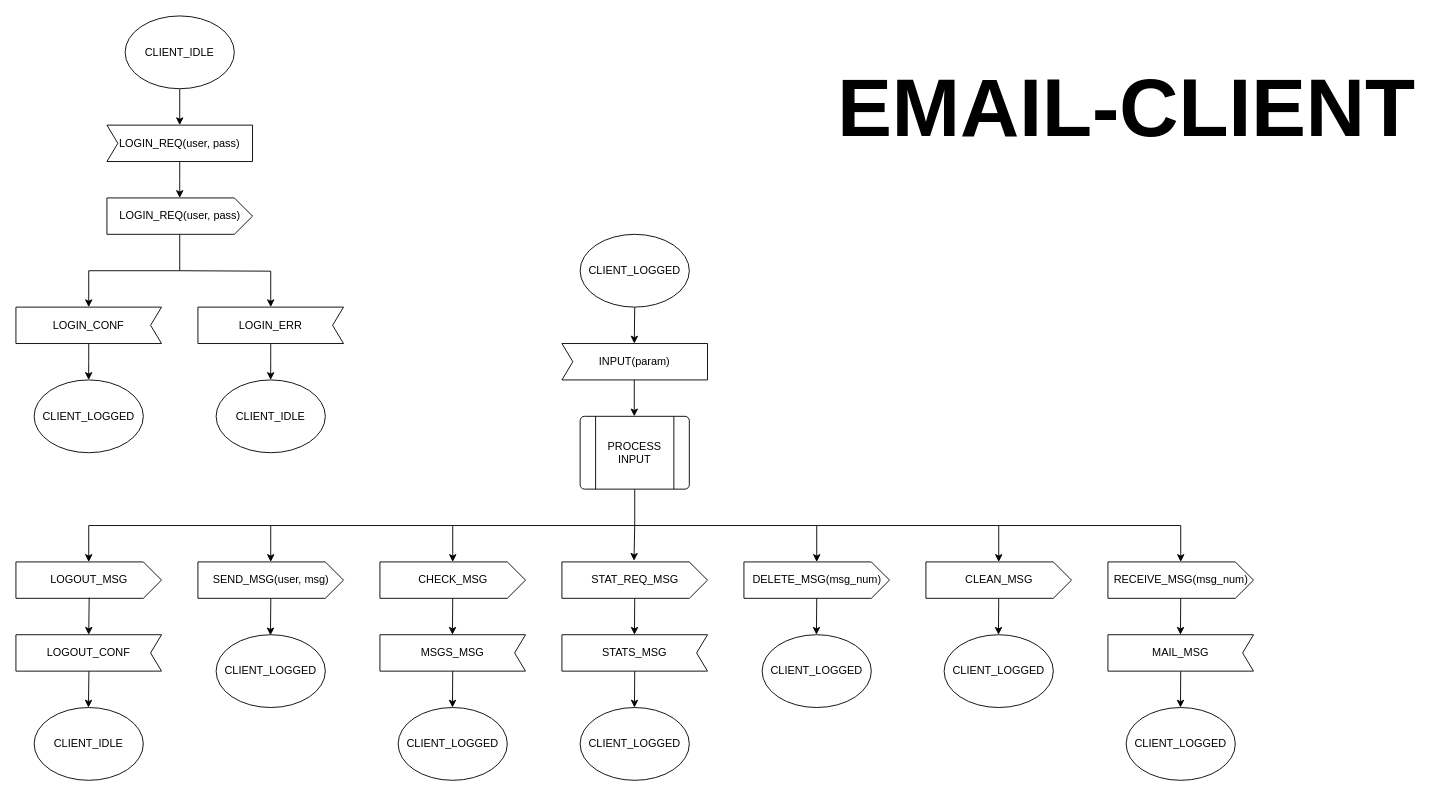
This is SDL_Client.drawio from Xenomorphy/mrkirm-projekat, a draw.io file, before an edit. Source tidied: cells renumbered, new cells numbered last; positions are measured from the earlier drawing's top-left corner, leaving out a move shared by most shapes. Both pictures are drawn from the tidied source at 91%, with x=0, y=0 at pixel (15, 15).
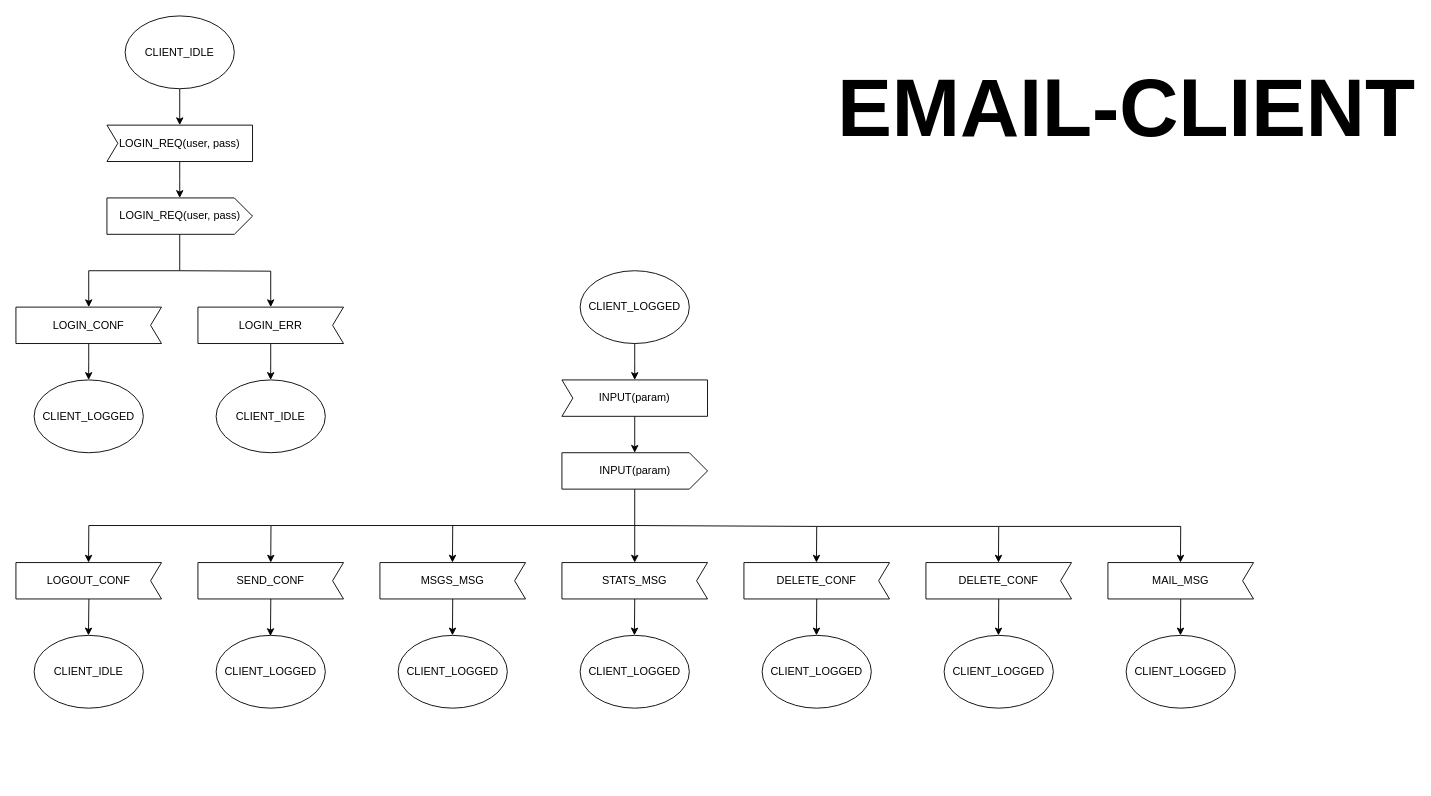
Above is the later version.

The edit, as a diff of the source:
```diff
@@
+    <mxCell id="57" style="edgeStyle=orthogonalEdgeStyle;rounded=0;jettySize=auto;html=1;" parent="1" edge="1" source="2">
+      <mxGeometry relative="1" as="geometry">
+        <mxPoint x="680" y="400" as="targetPoint" />
+      </mxGeometry>
+    </mxCell>
     <mxCell id="2" value="CLIENT_LOGGED" style="ellipse;whiteSpace=wrap;html=1;" parent="1" vertex="1">
-      <mxGeometry x="620" y="240" width="120" height="80" as="geometry" />
+      <mxGeometry x="620" y="280" width="120" height="80" as="geometry" />
     </mxCell>
-    <mxCell id="3" value="INPUT(param)" style="shape=mxgraph.sysml.accEvent;flipH=1;whiteSpace=wrap;align=center;direction=west;" parent="1" vertex="1">
-      <mxGeometry x="600" y="360" width="160" height="40" as="geometry" />
-    </mxCell>
-    <mxCell id="4" style="endArrow=classic;html=1;rounded=0;" parent="1" edge="1">
-      <mxGeometry relative="1" as="geometry">
-        <mxPoint x="680" y="320" as="sourcePoint" />
-        <mxPoint x="679.5" y="360" as="targetPoint" />
-      </mxGeometry>
-    </mxCell>
-    <mxCell id="5" style="endArrow=classic;html=1;rounded=0;" parent="1" edge="1">
-      <mxGeometry relative="1" as="geometry">
-        <mxPoint x="679.5" y="400" as="sourcePoint" />
-        <mxPoint x="679.5" y="440" as="targetPoint" />
-      </mxGeometry>
-    </mxCell>
-    <mxCell id="6" style="edgeStyle=orthogonalEdgeStyle;rounded=0;jettySize=auto;html=1;exitX=0.5;exitY=1;exitDx=0;exitDy=0;entryX=0.495;entryY=-0.033;entryDx=0;entryDy=0;entryPerimeter=0;fontSize=12;" parent="1" edge="1" source="7" target="24">
-      <mxGeometry relative="1" as="geometry">
-        <Array as="points">
-          <mxPoint x="680" y="560" />
-          <mxPoint x="679" y="560" />
-        </Array>
-      </mxGeometry>
-    </mxCell>
-    <mxCell id="7" value="PROCESS&lt;br&gt;INPUT" style="verticalLabelPosition=middle;verticalAlign=middle;html=1;shape=process;whiteSpace=wrap;rounded=1;size=0.14;arcSize=6;labelPosition=center;align=center;" parent="1" vertex="1">
-      <mxGeometry x="620" y="440" width="120" height="80" as="geometry" />
-    </mxCell>
@@
-    <mxCell id="21" value="LOGOUT_MSG" style="html=1;shape=mxgraph.infographic.ribbonSimple;notch1=0;notch2=20;align=center;verticalAlign=middle;fontSize=12;fontStyle=0;fillColor=#FFFFFF;" parent="1" vertex="1">
-      <mxGeometry y="600" width="160" height="40" as="geometry" />
-    </mxCell>
-    <mxCell id="22" value="SEND_MSG(user, msg)" style="html=1;shape=mxgraph.infographic.ribbonSimple;notch1=0;notch2=20;align=center;verticalAlign=middle;fontSize=12;fontStyle=0;fillColor=#FFFFFF;" parent="1" vertex="1">
-      <mxGeometry x="200" y="600" width="160" height="40" as="geometry" />
-    </mxCell>
-    <mxCell id="23" value="CHECK_MSG" style="html=1;shape=mxgraph.infographic.ribbonSimple;notch1=0;notch2=20;align=center;verticalAlign=middle;fontSize=12;fontStyle=0;fillColor=#FFFFFF;" parent="1" vertex="1">
-      <mxGeometry x="400" y="600" width="160" height="40" as="geometry" />
-    </mxCell>
-    <mxCell id="24" value="STAT_REQ_MSG" style="html=1;shape=mxgraph.infographic.ribbonSimple;notch1=0;notch2=20;align=center;verticalAlign=middle;fontSize=12;fontStyle=0;fillColor=#FFFFFF;" parent="1" vertex="1">
-      <mxGeometry x="600" y="600" width="160" height="40" as="geometry" />
-    </mxCell>
-    <mxCell id="25" value="DELETE_MSG(msg_num)" style="html=1;shape=mxgraph.infographic.ribbonSimple;notch1=0;notch2=20;align=center;verticalAlign=middle;fontSize=12;fontStyle=0;fillColor=#FFFFFF;" parent="1" vertex="1">
-      <mxGeometry x="800" y="600" width="160" height="40" as="geometry" />
-    </mxCell>
-    <mxCell id="26" value="CLEAN_MSG" style="html=1;shape=mxgraph.infographic.ribbonSimple;notch1=0;notch2=20;align=center;verticalAlign=middle;fontSize=12;fontStyle=0;fillColor=#FFFFFF;" parent="1" vertex="1">
-      <mxGeometry x="1000" y="600" width="160" height="40" as="geometry" />
-    </mxCell>
-    <mxCell id="27" value="RECEIVE_MSG(msg_num)" style="html=1;shape=mxgraph.infographic.ribbonSimple;notch1=0;notch2=20;align=center;verticalAlign=middle;fontSize=12;fontStyle=0;fillColor=#FFFFFF;" parent="1" vertex="1">
-      <mxGeometry x="1200" y="600" width="160" height="40" as="geometry" />
-    </mxCell>
-    <mxCell id="28" style="endArrow=classic;html=1;rounded=0;fontSize=12;entryX=0.5;entryY=0;entryDx=0;entryDy=0;entryPerimeter=0;" parent="1" edge="1" target="25">
-      <mxGeometry relative="1" as="geometry">
-        <mxPoint x="680" y="560" as="sourcePoint" />
-        <Array as="points">
-          <mxPoint x="880" y="560" />
-        </Array>
-      </mxGeometry>
-    </mxCell>
-    <mxCell id="29" style="endArrow=classic;html=1;rounded=0;fontSize=12;entryX=0.5;entryY=0;entryDx=0;entryDy=0;entryPerimeter=0;" parent="1" edge="1">
-      <mxGeometry relative="1" as="geometry">
-        <mxPoint x="680" y="560" as="sourcePoint" />
-        <mxPoint x="480" y="600" as="targetPoint" />
-        <Array as="points">
-          <mxPoint x="480" y="560" />
-        </Array>
-      </mxGeometry>
-    </mxCell>
-    <mxCell id="30" style="endArrow=classic;html=1;rounded=0;fontSize=12;entryX=0.5;entryY=0;entryDx=0;entryDy=0;entryPerimeter=0;" parent="1" edge="1">
-      <mxGeometry relative="1" as="geometry">
-        <mxPoint x="480" y="560" as="sourcePoint" />
-        <mxPoint x="280" y="600" as="targetPoint" />
-        <Array as="points">
-          <mxPoint x="280" y="560" />
-        </Array>
-      </mxGeometry>
-    </mxCell>
-    <mxCell id="31" style="endArrow=classic;html=1;rounded=0;fontSize=12;entryX=0.5;entryY=0;entryDx=0;entryDy=0;entryPerimeter=0;" parent="1" edge="1">
-      <mxGeometry relative="1" as="geometry">
-        <mxPoint x="280" y="560" as="sourcePoint" />
-        <mxPoint x="80" y="600" as="targetPoint" />
-        <Array as="points">
-          <mxPoint x="80" y="560" />
-        </Array>
-      </mxGeometry>
-    </mxCell>
-    <mxCell id="32" style="endArrow=classic;html=1;rounded=0;fontSize=12;entryX=0.5;entryY=0;entryDx=0;entryDy=0;entryPerimeter=0;" parent="1" edge="1">
-      <mxGeometry relative="1" as="geometry">
-        <mxPoint x="880" y="560" as="sourcePoint" />
-        <mxPoint x="1080" y="600" as="targetPoint" />
-        <Array as="points">
-          <mxPoint x="1080" y="560" />
-        </Array>
-      </mxGeometry>
-    </mxCell>
-    <mxCell id="33" style="endArrow=classic;html=1;rounded=0;fontSize=12;entryX=0.5;entryY=0;entryDx=0;entryDy=0;entryPerimeter=0;" parent="1" edge="1">
-      <mxGeometry relative="1" as="geometry">
-        <mxPoint x="1080" y="560" as="sourcePoint" />
-        <mxPoint x="1280" y="600" as="targetPoint" />
-        <Array as="points">
-          <mxPoint x="1280" y="560" />
-        </Array>
-      </mxGeometry>
-    </mxCell>
-    <mxCell id="34" style="endArrow=classic;html=1;rounded=0;fontSize=12;exitX=0.503;exitY=0.982;exitDx=0;exitDy=0;exitPerimeter=0;" parent="1" edge="1" source="21">
-      <mxGeometry relative="1" as="geometry">
-        <mxPoint x="80" y="680" as="targetPoint" />
-      </mxGeometry>
-    </mxCell>
     <mxCell id="35" value="CLIENT_IDLE" style="ellipse;whiteSpace=wrap;html=1;fontSize=12;" parent="1" vertex="1">
-      <mxGeometry x="20" y="760" width="120" height="80" as="geometry" />
+      <mxGeometry x="20" y="680.7" width="120" height="80" as="geometry" />
     </mxCell>
-    <mxCell id="36" style="endArrow=classic;html=1;rounded=0;fontSize=12;exitX=0.503;exitY=0.982;exitDx=0;exitDy=0;exitPerimeter=0;" parent="1" edge="1">
+    <mxCell id="36" style="endArrow=classic;html=1;rounded=0;fontSize=12;" parent="1" edge="1">
       <mxGeometry relative="1" as="geometry">
-        <mxPoint x="280.1" y="640" as="sourcePoint" />
-        <mxPoint x="279.7" y="680.7" as="targetPoint" />
+        <mxPoint x="680" y="560" as="sourcePoint" />
+        <mxPoint x="479.7" y="600.7" as="targetPoint" />
+        <Array as="points">
+          <mxPoint x="480" y="560" />
+        </Array>
       </mxGeometry>
     </mxCell>
     <mxCell id="37" value="CLIENT_LOGGED" style="ellipse;whiteSpace=wrap;html=1;fontSize=12;" parent="1" vertex="1">
-      <mxGeometry x="220" y="680" width="120" height="80" as="geometry" />
+      <mxGeometry x="220" y="680.7" width="120" height="80" as="geometry" />
     </mxCell>
     <mxCell id="38" value="MSGS_MSG" style="shape=mxgraph.sysml.accEvent;flipH=1;whiteSpace=wrap;align=center;fontSize=12;" parent="1" vertex="1">
-      <mxGeometry x="400" y="680" width="160" height="40" as="geometry" />
+      <mxGeometry x="400" y="600.7" width="160" height="40" as="geometry" />
     </mxCell>
-    <mxCell id="39" style="endArrow=classic;html=1;rounded=0;fontSize=12;" parent="1" edge="1">
-      <mxGeometry relative="1" as="geometry">
-        <mxPoint x="480" y="640" as="sourcePoint" />
-        <mxPoint x="479.7" y="680" as="targetPoint" />
-      </mxGeometry>
-    </mxCell>
-    <mxCell id="40" style="endArrow=classic;html=1;rounded=0;fontSize=12;" parent="1" edge="1">
-      <mxGeometry relative="1" as="geometry">
-        <mxPoint x="680" y="640" as="sourcePoint" />
-        <mxPoint x="679.7" y="680" as="targetPoint" />
-      </mxGeometry>
-    </mxCell>
     <mxCell id="41" value="CLIENT_LOGGED" style="ellipse;whiteSpace=wrap;html=1;fontSize=12;" parent="1" vertex="1">
-      <mxGeometry x="420" y="760" width="120" height="80" as="geometry" />
+      <mxGeometry x="420" y="680.7" width="120" height="80" as="geometry" />
     </mxCell>
     <mxCell id="42" style="endArrow=classic;html=1;rounded=0;fontSize=12;" parent="1" edge="1">
       <mxGeometry relative="1" as="geometry">
-        <mxPoint x="480" y="720" as="sourcePoint" />
-        <mxPoint x="479.7" y="760" as="targetPoint" />
+        <mxPoint x="480" y="640.7" as="sourcePoint" />
+        <mxPoint x="479.7" y="680.7" as="targetPoint" />
       </mxGeometry>
     </mxCell>
     <mxCell id="43" value="STATS_MSG" style="shape=mxgraph.sysml.accEvent;flipH=1;whiteSpace=wrap;align=center;fontSize=12;" parent="1" vertex="1">
-      <mxGeometry x="600" y="680" width="160" height="40" as="geometry" />
+      <mxGeometry x="600" y="600.7" width="160" height="40" as="geometry" />
     </mxCell>
     <mxCell id="44" value="CLIENT_LOGGED" style="ellipse;whiteSpace=wrap;html=1;fontSize=12;" parent="1" vertex="1">
-      <mxGeometry x="620" y="760" width="120" height="80" as="geometry" />
+      <mxGeometry x="620" y="680.7" width="120" height="80" as="geometry" />
     </mxCell>
     <mxCell id="45" style="endArrow=classic;html=1;rounded=0;fontSize=12;" parent="1" edge="1">
       <mxGeometry relative="1" as="geometry">
-        <mxPoint x="680" y="720" as="sourcePoint" />
-        <mxPoint x="679.7" y="760" as="targetPoint" />
+        <mxPoint x="680" y="640.7" as="sourcePoint" />
+        <mxPoint x="679.7" y="680.7" as="targetPoint" />
       </mxGeometry>
     </mxCell>
     <mxCell id="46" value="CLIENT_LOGGED" style="ellipse;whiteSpace=wrap;html=1;fontSize=12;" parent="1" vertex="1">
-      <mxGeometry x="820" y="680" width="120" height="80" as="geometry" />
+      <mxGeometry x="820" y="680.7" width="120" height="80" as="geometry" />
     </mxCell>
     <mxCell id="47" style="endArrow=classic;html=1;rounded=0;fontSize=12;" parent="1" edge="1">
       <mxGeometry relative="1" as="geometry">
-        <mxPoint x="880" y="640" as="sourcePoint" />
-        <mxPoint x="879.7" y="680" as="targetPoint" />
+        <mxPoint x="680" y="560" as="sourcePoint" />
+        <mxPoint x="879.7" y="600.7" as="targetPoint" />
+        <Array as="points">
+          <mxPoint x="880" y="561" />
+        </Array>
       </mxGeometry>
     </mxCell>
     <mxCell id="48" value="CLIENT_LOGGED" style="ellipse;whiteSpace=wrap;html=1;fontSize=12;" parent="1" vertex="1">
-      <mxGeometry x="1020" y="680" width="120" height="80" as="geometry" />
+      <mxGeometry x="1020" y="680.7" width="120" height="80" as="geometry" />
     </mxCell>
-    <mxCell id="49" style="endArrow=classic;html=1;rounded=0;fontSize=12;" parent="1" edge="1">
-      <mxGeometry relative="1" as="geometry">
-        <mxPoint x="1080" y="640" as="sourcePoint" />
-        <mxPoint x="1079.7" y="680" as="targetPoint" />
-      </mxGeometry>
-    </mxCell>
     <mxCell id="50" value="CLIENT_LOGGED" style="ellipse;whiteSpace=wrap;html=1;fontSize=12;" parent="1" vertex="1">
-      <mxGeometry x="1220" y="760" width="120" height="80" as="geometry" />
+      <mxGeometry x="1220" y="680.7" width="120" height="80" as="geometry" />
     </mxCell>
     <mxCell id="51" style="endArrow=classic;html=1;rounded=0;fontSize=12;" parent="1" edge="1">
       <mxGeometry relative="1" as="geometry">
-        <mxPoint x="1280" y="720" as="sourcePoint" />
-        <mxPoint x="1279.7" y="760" as="targetPoint" />
+        <mxPoint x="1280" y="640.7" as="sourcePoint" />
+        <mxPoint x="1279.7" y="680.7" as="targetPoint" />
       </mxGeometry>
     </mxCell>
     <mxCell id="52" style="endArrow=classic;html=1;rounded=0;fontSize=12;exitX=0.503;exitY=0.982;exitDx=0;exitDy=0;exitPerimeter=0;" parent="1" edge="1">
       <mxGeometry relative="1" as="geometry">
-        <mxPoint x="80.2" y="719.3" as="sourcePoint" />
-        <mxPoint x="79.7" y="760" as="targetPoint" />
+        <mxPoint x="80.2" y="640" as="sourcePoint" />
+        <mxPoint x="79.7" y="680.7" as="targetPoint" />
       </mxGeometry>
     </mxCell>
     <mxCell id="53" value="LOGOUT_CONF" style="shape=mxgraph.sysml.accEvent;flipH=1;whiteSpace=wrap;align=center;fontSize=12;" parent="1" vertex="1">
-      <mxGeometry y="680" width="160" height="40" as="geometry" />
+      <mxGeometry y="600.7" width="160" height="40" as="geometry" />
     </mxCell>
@@
-    <mxCell id="55" style="endArrow=classic;html=1;rounded=0;fontSize=12;" parent="1" edge="1">
-      <mxGeometry relative="1" as="geometry">
-        <mxPoint x="1280" y="640" as="sourcePoint" />
-        <mxPoint x="1279.7" y="680" as="targetPoint" />
-      </mxGeometry>
-    </mxCell>
     <mxCell id="56" value="MAIL_MSG" style="shape=mxgraph.sysml.accEvent;flipH=1;whiteSpace=wrap;align=center;fontSize=12;" parent="1" vertex="1">
-      <mxGeometry x="1200" y="680" width="160" height="40" as="geometry" />
+      <mxGeometry x="1200" y="600.7" width="160" height="40" as="geometry" />
     </mxCell>
+    <mxCell id="58" value="SEND_CONF" style="shape=mxgraph.sysml.accEvent;flipH=1;whiteSpace=wrap;align=center;fontSize=12;" parent="1" vertex="1">
+      <mxGeometry x="200" y="600.7" width="160" height="40" as="geometry" />
+    </mxCell>
+    <mxCell id="59" style="endArrow=classic;html=1;rounded=0;fontSize=12;exitX=0.503;exitY=0.982;exitDx=0;exitDy=0;exitPerimeter=0;" parent="1" edge="1">
+      <mxGeometry relative="1" as="geometry">
+        <mxPoint x="280.1" y="640.7" as="sourcePoint" />
+        <mxPoint x="279.7" y="681.4" as="targetPoint" />
+      </mxGeometry>
+    </mxCell>
+    <mxCell id="60" value="DELETE_CONF" style="shape=mxgraph.sysml.accEvent;flipH=1;whiteSpace=wrap;align=center;fontSize=12;" parent="1" vertex="1">
+      <mxGeometry x="800" y="600.7" width="160" height="40" as="geometry" />
+    </mxCell>
+    <mxCell id="61" style="endArrow=classic;html=1;rounded=0;fontSize=12;" parent="1" edge="1">
+      <mxGeometry relative="1" as="geometry">
+        <mxPoint x="880" y="640.7" as="sourcePoint" />
+        <mxPoint x="879.7" y="680.7" as="targetPoint" />
+      </mxGeometry>
+    </mxCell>
+    <mxCell id="62" value="DELETE_CONF" style="shape=mxgraph.sysml.accEvent;flipH=1;whiteSpace=wrap;align=center;fontSize=12;" parent="1" vertex="1">
+      <mxGeometry x="1000" y="600.7" width="160" height="40" as="geometry" />
+    </mxCell>
+    <mxCell id="63" style="endArrow=classic;html=1;rounded=0;fontSize=12;" parent="1" edge="1">
+      <mxGeometry relative="1" as="geometry">
+        <mxPoint x="1080" y="640.7" as="sourcePoint" />
+        <mxPoint x="1079.7" y="680.7" as="targetPoint" />
+      </mxGeometry>
+    </mxCell>
+    <mxCell id="64" style="endArrow=classic;html=1;rounded=0;fontSize=12;" parent="1" edge="1">
+      <mxGeometry relative="1" as="geometry">
+        <mxPoint x="880" y="561" as="sourcePoint" />
+        <mxPoint x="1079.7" y="600.7" as="targetPoint" />
+        <Array as="points">
+          <mxPoint x="1080" y="561" />
+        </Array>
+      </mxGeometry>
+    </mxCell>
+    <mxCell id="65" style="endArrow=classic;html=1;rounded=0;fontSize=12;" parent="1" edge="1">
+      <mxGeometry relative="1" as="geometry">
+        <mxPoint x="1080" y="561" as="sourcePoint" />
+        <mxPoint x="1279.7" y="600.7" as="targetPoint" />
+        <Array as="points">
+          <mxPoint x="1280" y="561" />
+        </Array>
+      </mxGeometry>
+    </mxCell>
+    <mxCell id="66" style="endArrow=classic;html=1;rounded=0;fontSize=12;" parent="1" edge="1">
+      <mxGeometry relative="1" as="geometry">
+        <mxPoint x="480.3" y="560" as="sourcePoint" />
+        <mxPoint x="280" y="600.7" as="targetPoint" />
+        <Array as="points">
+          <mxPoint x="280.3" y="560" />
+        </Array>
+      </mxGeometry>
+    </mxCell>
+    <mxCell id="67" style="endArrow=classic;html=1;rounded=0;fontSize=12;" parent="1" edge="1">
+      <mxGeometry relative="1" as="geometry">
+        <mxPoint x="280.1" y="560" as="sourcePoint" />
+        <mxPoint x="79.8" y="600.7" as="targetPoint" />
+        <Array as="points">
+          <mxPoint x="80.1" y="560" />
+        </Array>
+      </mxGeometry>
+    </mxCell>
+    <mxCell id="68" style="edgeStyle=orthogonalEdgeStyle;rounded=0;jettySize=auto;html=1;" parent="1" edge="1" source="69" target="43">
+      <mxGeometry relative="1" as="geometry" />
+    </mxCell>
+    <mxCell id="69" value="INPUT(param)" style="html=1;shape=mxgraph.infographic.ribbonSimple;notch1=0;notch2=20;align=center;verticalAlign=middle;fontSize=12;fontStyle=0;fillColor=#FFFFFF;" parent="1" vertex="1">
+      <mxGeometry x="600" y="480" width="160" height="40" as="geometry" />
+    </mxCell>
+    <mxCell id="70" style="edgeStyle=orthogonalEdgeStyle;rounded=0;jettySize=auto;html=1;" parent="1" edge="1" source="3" target="69">
+      <mxGeometry relative="1" as="geometry" />
+    </mxCell>
+    <mxCell id="3" value="INPUT(param)" style="shape=mxgraph.sysml.accEvent;flipH=1;whiteSpace=wrap;align=center;direction=west;" parent="1" vertex="1">
+      <mxGeometry x="600" y="400" width="160" height="40" as="geometry" />
+    </mxCell>
```
